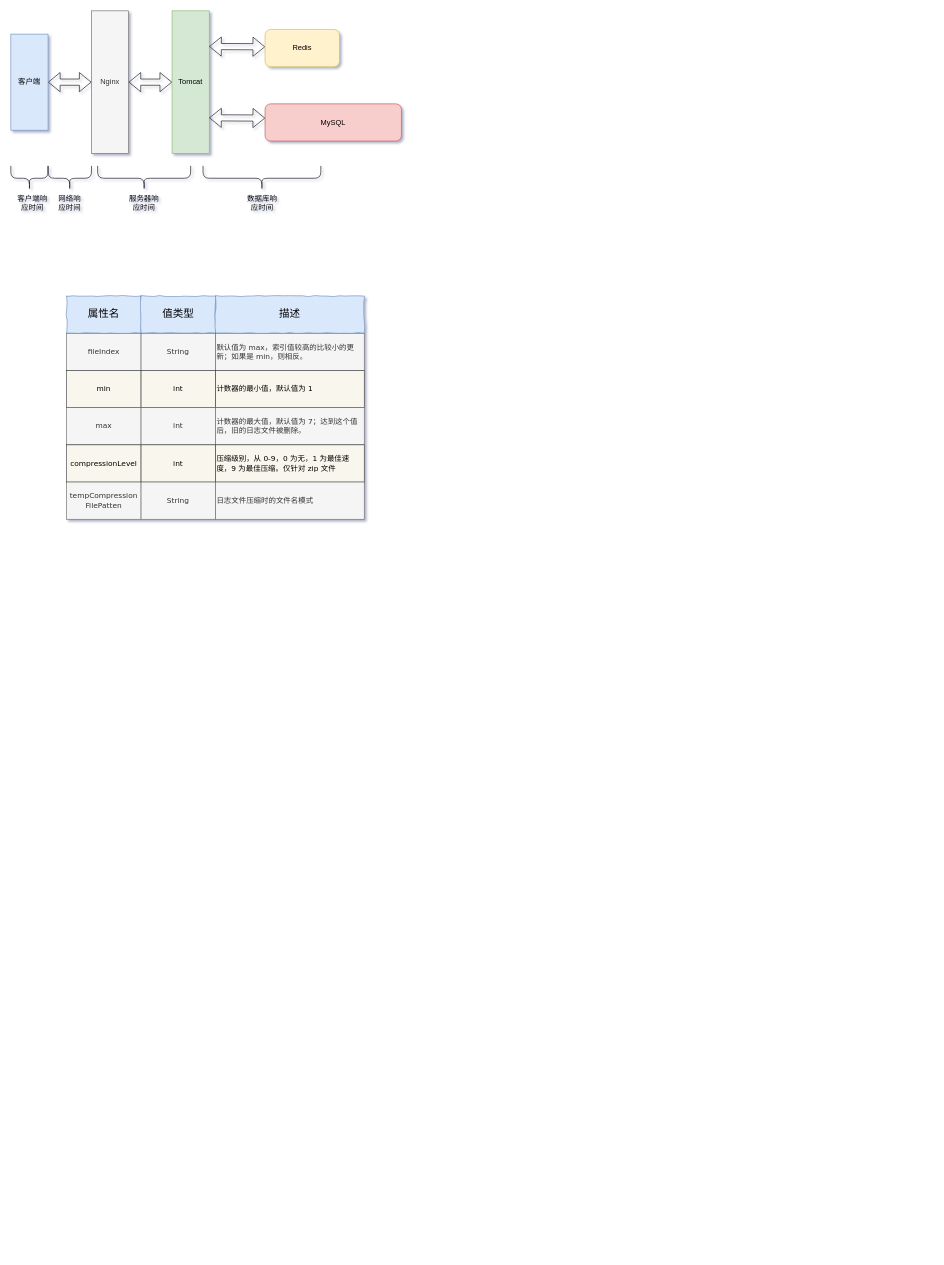
This is page "Page-1" (1 of 2) of diagrams/Untitled Diagram.drawio from zsw11/javaBook, a draw.io file, before an edit. Source tidied: cells renumbered, new cells numbered last; positions are measured from the earlier drawing's top-left corner, leaving out a move shared by most shapes. Both pictures are drawn from the tidied source at 62%, with x=0, y=0 at pixel (11, 11).
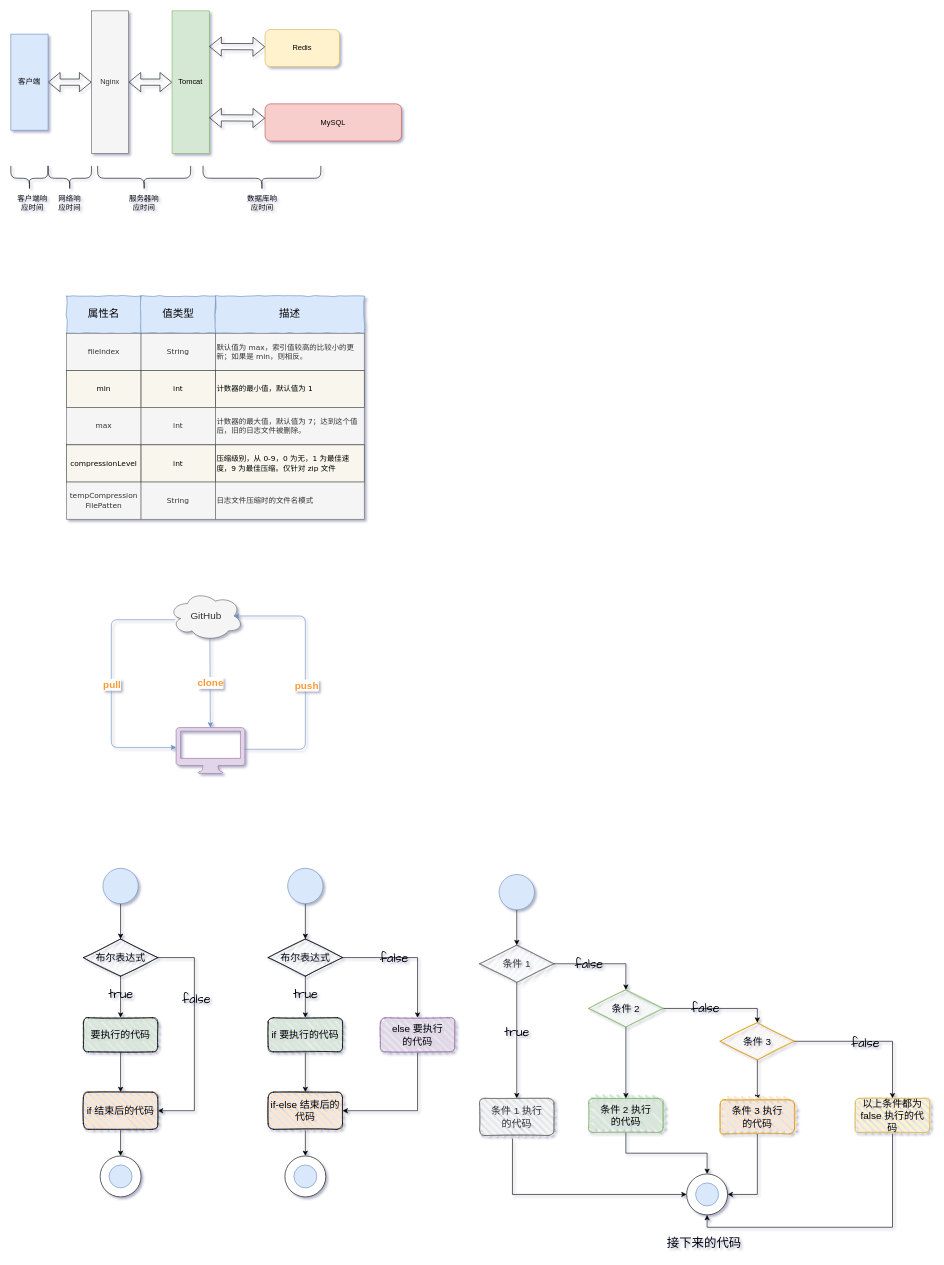
After the change.

Diff of the diagram source:
```diff
@@
+    <mxCell id="37" value="GitHub" style="ellipse;shape=cloud;whiteSpace=wrap;html=1;fillColor=#f5f5f5;strokeColor=#666666;fontColor=#333333;fontSize=16;" parent="1" vertex="1">
+      <mxGeometry x="255" y="936" width="120" height="80" as="geometry" />
+    </mxCell>
+    <mxCell id="38" style="shadow=0;dashed=0;html=1;strokeColor=#9673a6;fillColor=#e1d5e7;labelPosition=center;verticalLabelPosition=bottom;verticalAlign=top;outlineConnect=0;align=center;shape=mxgraph.office.devices.mac_client;fontSize=16;" parent="1" vertex="1">
+      <mxGeometry x="266.5" y="1156" width="111" height="74" as="geometry" />
+    </mxCell>
+    <mxCell id="39" style="endArrow=classic;html=1;exitX=0.55;exitY=0.95;exitDx=0;exitDy=0;exitPerimeter=0;fillColor=#dae8fc;strokeColor=#6c8ebf;fontSize=16;" parent="1" edge="1" source="37" target="38">
+      <mxGeometry relative="1" as="geometry" />
+    </mxCell>
+    <mxCell id="40" value="clone" style="edgeLabel;html=1;align=center;verticalAlign=middle;fontSize=16;fontStyle=1;fontColor=#FF9933;" parent="39" vertex="1">
+      <mxGeometry relative="1" as="geometry" />
+    </mxCell>
+    <mxCell id="41" style="endArrow=classic;html=1;entryX=0.875;entryY=0.5;entryDx=0;entryDy=0;entryPerimeter=0;edgeStyle=orthogonalEdgeStyle;fillColor=#dae8fc;strokeColor=#6c8ebf;fontSize=16;" parent="1" edge="1" target="37">
+      <mxGeometry relative="1" as="geometry">
+        <mxPoint x="376" y="1191" as="sourcePoint" />
+        <Array as="points">
+          <mxPoint x="475" y="1191" />
+          <mxPoint x="475" y="976" />
+        </Array>
+      </mxGeometry>
+    </mxCell>
+    <mxCell id="42" value="push" style="edgeLabel;align=center;verticalAlign=middle;fontSize=16;fontStyle=1;fontColor=#FF9933;html=1;comic=0;" parent="41" vertex="1">
+      <mxGeometry relative="1" as="geometry">
+        <mxPoint x="1" y="12" as="offset" />
+      </mxGeometry>
+    </mxCell>
+    <mxCell id="43" style="endArrow=classic;html=1;exitX=0.083;exitY=0.575;exitDx=0;exitDy=0;exitPerimeter=0;edgeStyle=orthogonalEdgeStyle;fillColor=#dae8fc;strokeColor=#6c8ebf;fontSize=16;" parent="1" edge="1" source="37" target="38">
+      <mxGeometry relative="1" as="geometry">
+        <Array as="points">
+          <mxPoint x="162" y="982" />
+          <mxPoint x="162" y="1188" />
+        </Array>
+      </mxGeometry>
+    </mxCell>
+    <mxCell id="44" value="pull" style="edgeLabel;html=1;align=center;verticalAlign=middle;fontSize=16;fontStyle=1;fontColor=#FF9933;" parent="43" vertex="1">
+      <mxGeometry relative="1" as="geometry" />
+    </mxCell>
+    <mxCell id="45" style="edgeStyle=orthogonalEdgeStyle;rounded=0;jettySize=auto;html=1;exitX=1;exitY=0.5;exitDx=0;exitDy=0;entryX=1;entryY=0.5;entryDx=0;entryDy=0;fontSize=16;fontColor=#000000;" parent="1" edge="1" source="49" target="53">
+      <mxGeometry relative="1" as="geometry">
+        <Array as="points">
+          <mxPoint x="296" y="1527" />
+          <mxPoint x="296" y="1774" />
+        </Array>
+      </mxGeometry>
+    </mxCell>
+    <mxCell id="46" value="false" style="edgeLabel;html=1;align=center;verticalAlign=middle;fontSize=20;fontColor=#000000;labelBackgroundColor=none;fontFamily=Comic Sans MS;" parent="45" vertex="1">
+      <mxGeometry x="-0.19" y="-1" relative="1" as="geometry">
+        <mxPoint x="3" y="-24" as="offset" />
+      </mxGeometry>
+    </mxCell>
+    <mxCell id="47" style="edgeStyle=orthogonalEdgeStyle;rounded=0;jettySize=auto;html=1;exitX=0.5;exitY=1;exitDx=0;exitDy=0;entryX=0.5;entryY=0;entryDx=0;entryDy=0;fontSize=16;fontColor=#000000;" parent="1" edge="1" source="49" target="51">
+      <mxGeometry relative="1" as="geometry" />
+    </mxCell>
+    <mxCell id="48" value="true" style="edgeLabel;html=1;align=center;verticalAlign=middle;fontSize=20;labelBackgroundColor=none;comic=0;fontFamily=Comic Sans MS;" parent="47" vertex="1">
+      <mxGeometry x="-0.16" y="-1" relative="1" as="geometry" />
+    </mxCell>
+    <mxCell id="49" value="布尔表达式" style="rhombus;whiteSpace=wrap;html=1;strokeWidth=1;fillWeight=-1;hachureGap=8;fillStyle=auto;fillColor=#f5f5f5;sketch=1;labelBackgroundColor=none;comic=0;fontSize=16;" parent="1" vertex="1">
+      <mxGeometry x="117" y="1497" width="120" height="60" as="geometry" />
+    </mxCell>
+    <mxCell id="50" style="edgeStyle=orthogonalEdgeStyle;rounded=0;jettySize=auto;html=1;entryX=0.5;entryY=0;entryDx=0;entryDy=0;fontSize=16;fontColor=#000000;" parent="1" edge="1" source="51" target="53">
+      <mxGeometry relative="1" as="geometry" />
+    </mxCell>
+    <mxCell id="51" value="要执行的代码" style="rounded=1;whiteSpace=wrap;html=1;strokeWidth=1;fillWeight=4;hachureGap=8;hachureAngle=45;fillColor=#d5e8d4;sketch=1;labelBackgroundColor=none;comic=0;fontSize=16;" parent="1" vertex="1">
+      <mxGeometry x="117" y="1624" width="120" height="55" as="geometry" />
+    </mxCell>
+    <mxCell id="52" style="edgeStyle=orthogonalEdgeStyle;rounded=0;jettySize=auto;html=1;exitX=0.5;exitY=1;exitDx=0;exitDy=0;entryX=0.5;entryY=0;entryDx=0;entryDy=0;fontSize=16;fontColor=#000000;" parent="1" edge="1" source="53" target="56">
+      <mxGeometry relative="1" as="geometry" />
+    </mxCell>
+    <mxCell id="53" value="if 结束后的代码" style="rounded=1;whiteSpace=wrap;html=1;strokeWidth=1;fillWeight=4;hachureGap=8;hachureAngle=45;fillColor=#ffe6cc;sketch=1;labelBackgroundColor=none;comic=0;fontSize=16;" parent="1" vertex="1">
+      <mxGeometry x="117" y="1744" width="120" height="60" as="geometry" />
+    </mxCell>
+    <mxCell id="54" style="edgeStyle=orthogonalEdgeStyle;rounded=0;jettySize=auto;html=1;entryX=0.5;entryY=0;entryDx=0;entryDy=0;fontSize=16;fontColor=#000000;" parent="1" edge="1" source="55" target="49">
+      <mxGeometry relative="1" as="geometry" />
+    </mxCell>
+    <mxCell id="55" style="ellipse;whiteSpace=wrap;html=1;labelBackgroundColor=#FFF2CC;comic=0;fontSize=16;fillColor=#dae8fc;strokeColor=#6c8ebf;" parent="1" vertex="1">
+      <mxGeometry x="148.5" y="1383" width="57" height="57" as="geometry" />
+    </mxCell>
+    <mxCell id="56" style="ellipse;whiteSpace=wrap;html=1;labelBackgroundColor=#FFF2CC;comic=0;fontSize=16;fontColor=#FF9933;" parent="1" vertex="1">
+      <mxGeometry x="144" y="1847" width="66" height="66" as="geometry" />
+    </mxCell>
+    <mxCell id="57" style="ellipse;whiteSpace=wrap;html=1;labelBackgroundColor=#FFF2CC;comic=0;fontSize=16;fillColor=#dae8fc;strokeColor=#6c8ebf;" parent="1" vertex="1">
+      <mxGeometry x="158.5" y="1861.5" width="37" height="37" as="geometry" />
+    </mxCell>
+    <mxCell id="58" style="edgeStyle=orthogonalEdgeStyle;rounded=0;jettySize=auto;html=1;exitX=0.5;exitY=1;exitDx=0;exitDy=0;entryX=0.5;entryY=0;entryDx=0;entryDy=0;fontSize=16;fontColor=#000000;" parent="1" edge="1" source="62" target="64">
+      <mxGeometry relative="1" as="geometry" />
+    </mxCell>
+    <mxCell id="59" value="true" style="edgeLabel;html=1;align=center;verticalAlign=middle;fontSize=20;labelBackgroundColor=none;comic=0;fontFamily=Comic Sans MS;" parent="58" vertex="1">
+      <mxGeometry x="-0.16" y="-1" relative="1" as="geometry" />
+    </mxCell>
+    <mxCell id="60" style="edgeStyle=orthogonalEdgeStyle;rounded=0;jettySize=auto;html=1;entryX=0.5;entryY=0;entryDx=0;entryDy=0;fontFamily=Comic Sans MS;fontSize=20;fontColor=#000000;" parent="1" edge="1" source="62" target="72">
+      <mxGeometry relative="1" as="geometry">
+        <Array as="points">
+          <mxPoint x="656" y="1527" />
+        </Array>
+      </mxGeometry>
+    </mxCell>
+    <mxCell id="61" value="false" style="edgeLabel;html=1;align=center;verticalAlign=middle;fontSize=20;fontFamily=Comic Sans MS;fontColor=#000000;labelBackgroundColor=none;" parent="60" vertex="1">
+      <mxGeometry x="-0.25" relative="1" as="geometry" />
+    </mxCell>
+    <mxCell id="62" value="布尔表达式" style="rhombus;whiteSpace=wrap;html=1;strokeWidth=1;fillWeight=-1;hachureGap=8;fillStyle=auto;fillColor=#f5f5f5;sketch=1;labelBackgroundColor=none;comic=0;fontSize=16;" parent="1" vertex="1">
+      <mxGeometry x="415" y="1497" width="120" height="60" as="geometry" />
+    </mxCell>
+    <mxCell id="63" style="edgeStyle=orthogonalEdgeStyle;rounded=0;jettySize=auto;html=1;entryX=0.5;entryY=0;entryDx=0;entryDy=0;fontSize=16;fontColor=#000000;" parent="1" edge="1" source="64" target="66">
+      <mxGeometry relative="1" as="geometry" />
+    </mxCell>
+    <mxCell id="64" value="if 要执行的代码" style="rounded=1;whiteSpace=wrap;html=1;strokeWidth=1;fillWeight=4;hachureGap=8;hachureAngle=45;fillColor=#d5e8d4;sketch=1;labelBackgroundColor=none;comic=0;fontSize=16;" parent="1" vertex="1">
+      <mxGeometry x="415" y="1624" width="120" height="55" as="geometry" />
+    </mxCell>
+    <mxCell id="65" style="edgeStyle=orthogonalEdgeStyle;rounded=0;jettySize=auto;html=1;exitX=0.5;exitY=1;exitDx=0;exitDy=0;entryX=0.5;entryY=0;entryDx=0;entryDy=0;fontSize=16;fontColor=#000000;" parent="1" edge="1" source="66" target="69">
+      <mxGeometry relative="1" as="geometry" />
+    </mxCell>
+    <mxCell id="66" value="if-else 结束后的代码" style="rounded=1;whiteSpace=wrap;html=1;strokeWidth=1;fillWeight=4;hachureGap=8;hachureAngle=45;fillColor=#ffe6cc;sketch=1;labelBackgroundColor=none;comic=0;fontSize=16;" parent="1" vertex="1">
+      <mxGeometry x="415" y="1744" width="120" height="60" as="geometry" />
+    </mxCell>
+    <mxCell id="67" style="edgeStyle=orthogonalEdgeStyle;rounded=0;jettySize=auto;html=1;entryX=0.5;entryY=0;entryDx=0;entryDy=0;fontSize=16;fontColor=#000000;" parent="1" edge="1" source="68" target="62">
+      <mxGeometry relative="1" as="geometry" />
+    </mxCell>
+    <mxCell id="68" style="ellipse;whiteSpace=wrap;html=1;labelBackgroundColor=#FFF2CC;comic=0;fontSize=16;fillColor=#dae8fc;strokeColor=#6c8ebf;" parent="1" vertex="1">
+      <mxGeometry x="446.5" y="1383" width="57" height="57" as="geometry" />
+    </mxCell>
+    <mxCell id="69" style="ellipse;whiteSpace=wrap;html=1;labelBackgroundColor=#FFF2CC;comic=0;fontSize=16;fontColor=#FF9933;" parent="1" vertex="1">
+      <mxGeometry x="442" y="1847" width="66" height="66" as="geometry" />
+    </mxCell>
+    <mxCell id="70" style="ellipse;whiteSpace=wrap;html=1;labelBackgroundColor=#FFF2CC;comic=0;fontSize=16;fillColor=#dae8fc;strokeColor=#6c8ebf;" parent="1" vertex="1">
+      <mxGeometry x="456.5" y="1861.5" width="37" height="37" as="geometry" />
+    </mxCell>
+    <mxCell id="71" style="edgeStyle=orthogonalEdgeStyle;rounded=0;jettySize=auto;html=1;entryX=1;entryY=0.5;entryDx=0;entryDy=0;fontFamily=Comic Sans MS;fontSize=20;fontColor=#000000;" parent="1" edge="1" source="72" target="66">
+      <mxGeometry relative="1" as="geometry">
+        <Array as="points">
+          <mxPoint x="656" y="1774" />
+        </Array>
+      </mxGeometry>
+    </mxCell>
+    <mxCell id="72" value="else 要执行&lt;br&gt;的代码" style="rounded=1;whiteSpace=wrap;html=1;strokeWidth=1;fillWeight=4;hachureGap=8;hachureAngle=45;fillColor=#e1d5e7;sketch=1;labelBackgroundColor=none;comic=0;fontSize=16;strokeColor=#9673a6;" parent="1" vertex="1">
+      <mxGeometry x="596" y="1624" width="120" height="55" as="geometry" />
+    </mxCell>
+    <mxCell id="73" style="edgeStyle=orthogonalEdgeStyle;rounded=0;jettySize=auto;html=1;exitX=0.5;exitY=1;exitDx=0;exitDy=0;fontSize=16;fontColor=#000000;" parent="1" edge="1" source="77" target="79">
+      <mxGeometry relative="1" as="geometry" />
+    </mxCell>
+    <mxCell id="74" value="true" style="edgeLabel;html=1;align=center;verticalAlign=middle;fontSize=20;labelBackgroundColor=none;comic=0;fontFamily=Comic Sans MS;" parent="73" vertex="1">
+      <mxGeometry x="-0.16" y="-1" relative="1" as="geometry" />
+    </mxCell>
+    <mxCell id="75" style="edgeStyle=orthogonalEdgeStyle;rounded=0;jettySize=auto;html=1;entryX=0.5;entryY=0;entryDx=0;entryDy=0;fontFamily=Comic Sans MS;fontSize=20;fontColor=#000000;" parent="1" edge="1" source="77" target="89">
+      <mxGeometry relative="1" as="geometry" />
+    </mxCell>
+    <mxCell id="76" value="false" style="edgeLabel;html=1;align=center;verticalAlign=middle;fontSize=20;fontFamily=Comic Sans MS;fontColor=#000000;labelBackgroundColor=none;" parent="75" vertex="1">
+      <mxGeometry x="-0.3" relative="1" as="geometry" />
+    </mxCell>
+    <mxCell id="77" value="条件 1" style="rhombus;whiteSpace=wrap;html=1;strokeWidth=1;fillWeight=-1;hachureGap=8;fillStyle=auto;fillColor=#f5f5f5;sketch=1;labelBackgroundColor=none;comic=0;fontSize=16;strokeColor=#666666;fontColor=#333333;" parent="1" vertex="1">
+      <mxGeometry x="756" y="1507" width="120" height="60" as="geometry" />
+    </mxCell>
+    <mxCell id="78" style="edgeStyle=orthogonalEdgeStyle;rounded=0;jettySize=auto;html=1;entryX=0;entryY=0.5;entryDx=0;entryDy=0;fontFamily=Comic Sans MS;fontSize=20;fontColor=#000000;exitX=0.442;exitY=1.083;exitDx=0;exitDy=0;exitPerimeter=0;" parent="1" edge="1" source="79" target="82">
+      <mxGeometry relative="1" as="geometry">
+        <Array as="points">
+          <mxPoint x="809" y="1909" />
+        </Array>
+      </mxGeometry>
+    </mxCell>
+    <mxCell id="79" value="条件 1 执行&lt;br&gt;的代码" style="rounded=1;whiteSpace=wrap;html=1;strokeWidth=1;fillWeight=4;hachureGap=8;hachureAngle=45;fillColor=#f5f5f5;sketch=1;labelBackgroundColor=none;comic=0;fontSize=16;strokeColor=#666666;fontColor=#333333;" parent="1" vertex="1">
+      <mxGeometry x="756" y="1754" width="120" height="60" as="geometry" />
+    </mxCell>
+    <mxCell id="80" style="edgeStyle=orthogonalEdgeStyle;rounded=0;jettySize=auto;html=1;entryX=0.5;entryY=0;entryDx=0;entryDy=0;fontSize=16;fontColor=#000000;" parent="1" edge="1" source="81" target="77">
+      <mxGeometry relative="1" as="geometry" />
+    </mxCell>
+    <mxCell id="81" style="ellipse;whiteSpace=wrap;html=1;labelBackgroundColor=#FFF2CC;comic=0;fontSize=16;fillColor=#dae8fc;strokeColor=#6c8ebf;" parent="1" vertex="1">
+      <mxGeometry x="787.5" y="1393" width="57" height="57" as="geometry" />
+    </mxCell>
+    <mxCell id="82" style="ellipse;whiteSpace=wrap;html=1;labelBackgroundColor=#FFF2CC;comic=0;fontSize=16;fontColor=#FF9933;" parent="1" vertex="1">
+      <mxGeometry x="1090" y="1876" width="66" height="66" as="geometry" />
+    </mxCell>
+    <mxCell id="83" style="ellipse;whiteSpace=wrap;html=1;labelBackgroundColor=#FFF2CC;comic=0;fontSize=16;fillColor=#dae8fc;strokeColor=#6c8ebf;" parent="1" vertex="1">
+      <mxGeometry x="1104.5" y="1890.5" width="37" height="37" as="geometry" />
+    </mxCell>
+    <mxCell id="84" style="edgeStyle=orthogonalEdgeStyle;rounded=0;jettySize=auto;html=1;entryX=0.5;entryY=0;entryDx=0;entryDy=0;fontFamily=Comic Sans MS;fontSize=20;fontColor=#000000;exitX=0.5;exitY=1;exitDx=0;exitDy=0;" parent="1" edge="1" source="85" target="82">
+      <mxGeometry relative="1" as="geometry" />
+    </mxCell>
+    <mxCell id="85" value="条件 2 执行&lt;br&gt;的代码" style="rounded=1;whiteSpace=wrap;html=1;strokeWidth=1;fillWeight=4;hachureGap=8;hachureAngle=45;fillColor=#d5e8d4;sketch=1;labelBackgroundColor=none;comic=0;fontSize=16;strokeColor=#82b366;" parent="1" vertex="1">
+      <mxGeometry x="932" y="1754" width="120" height="55" as="geometry" />
+    </mxCell>
+    <mxCell id="86" style="edgeStyle=orthogonalEdgeStyle;rounded=0;jettySize=auto;html=1;entryX=0.5;entryY=0;entryDx=0;entryDy=0;fontFamily=Comic Sans MS;fontSize=20;fontColor=#000000;" parent="1" edge="1" source="89" target="93">
+      <mxGeometry relative="1" as="geometry" />
+    </mxCell>
+    <mxCell id="87" value="false" style="edgeLabel;html=1;align=center;verticalAlign=middle;fontSize=20;fontFamily=Comic Sans MS;fontColor=#000000;labelBackgroundColor=none;" parent="86" vertex="1">
+      <mxGeometry x="-0.23" y="2" relative="1" as="geometry" />
+    </mxCell>
+    <mxCell id="88" style="edgeStyle=orthogonalEdgeStyle;rounded=0;jettySize=auto;html=1;entryX=0.5;entryY=0;entryDx=0;entryDy=0;fontFamily=Comic Sans MS;fontSize=20;fontColor=#000000;" parent="1" edge="1" source="89" target="85">
+      <mxGeometry relative="1" as="geometry" />
+    </mxCell>
+    <mxCell id="89" value="条件 2" style="rhombus;whiteSpace=wrap;html=1;strokeWidth=1;fillWeight=-1;hachureGap=8;fillStyle=auto;fillColor=#d5e8d4;sketch=1;labelBackgroundColor=none;comic=0;fontSize=16;strokeColor=#82b366;" parent="1" vertex="1">
+      <mxGeometry x="932" y="1579" width="120" height="60" as="geometry" />
+    </mxCell>
+    <mxCell id="90" style="edgeStyle=orthogonalEdgeStyle;rounded=0;jettySize=auto;html=1;fontFamily=Comic Sans MS;fontSize=20;fontColor=#000000;" parent="1" edge="1" source="93" target="97">
+      <mxGeometry relative="1" as="geometry" />
+    </mxCell>
+    <mxCell id="91" value="false" style="edgeLabel;html=1;align=center;verticalAlign=middle;fontSize=20;fontFamily=Comic Sans MS;fontColor=#000000;labelBackgroundColor=none;" parent="90" vertex="1">
+      <mxGeometry x="-0.1" y="-1" relative="1" as="geometry" />
+    </mxCell>
+    <mxCell id="92" style="edgeStyle=orthogonalEdgeStyle;rounded=0;jettySize=auto;html=1;entryX=0.5;entryY=0;entryDx=0;entryDy=0;fontFamily=Comic Sans MS;fontSize=20;fontColor=#000000;" parent="1" edge="1" source="93" target="95">
+      <mxGeometry relative="1" as="geometry" />
+    </mxCell>
+    <mxCell id="93" value="条件 3" style="rhombus;whiteSpace=wrap;html=1;strokeWidth=1;fillWeight=-1;hachureGap=8;fillStyle=auto;fillColor=#ffe6cc;sketch=1;labelBackgroundColor=none;comic=0;fontSize=16;strokeColor=#d79b00;" parent="1" vertex="1">
+      <mxGeometry x="1144" y="1632" width="120" height="60" as="geometry" />
+    </mxCell>
+    <mxCell id="94" style="edgeStyle=orthogonalEdgeStyle;rounded=0;jettySize=auto;html=1;entryX=1;entryY=0.5;entryDx=0;entryDy=0;fontFamily=Comic Sans MS;fontSize=20;fontColor=#000000;" parent="1" edge="1" source="95" target="82">
+      <mxGeometry relative="1" as="geometry" />
+    </mxCell>
+    <mxCell id="95" value="条件 3 执行&lt;br&gt;的代码" style="rounded=1;whiteSpace=wrap;html=1;strokeWidth=1;fillWeight=4;hachureGap=8;hachureAngle=45;fillColor=#ffe6cc;sketch=1;labelBackgroundColor=none;comic=0;fontSize=16;strokeColor=#d79b00;" parent="1" vertex="1">
+      <mxGeometry x="1144" y="1756.5" width="120" height="55" as="geometry" />
+    </mxCell>
+    <mxCell id="96" style="edgeStyle=orthogonalEdgeStyle;rounded=0;jettySize=auto;html=1;entryX=0.5;entryY=1;entryDx=0;entryDy=0;fontFamily=Comic Sans MS;fontSize=20;fontColor=#000000;" parent="1" edge="1" source="97" target="82">
+      <mxGeometry relative="1" as="geometry">
+        <Array as="points">
+          <mxPoint x="1422" y="1962" />
+          <mxPoint x="1123" y="1962" />
+        </Array>
+      </mxGeometry>
+    </mxCell>
+    <mxCell id="97" value="以上条件都为 false 执行的代码" style="rounded=1;whiteSpace=wrap;html=1;strokeWidth=1;fillWeight=4;hachureGap=8;hachureAngle=45;fillColor=#fff2cc;sketch=1;labelBackgroundColor=none;comic=0;fontSize=16;strokeColor=#d6b656;" parent="1" vertex="1">
+      <mxGeometry x="1362" y="1754" width="120" height="55" as="geometry" />
+    </mxCell>
+    <mxCell id="98" value="接下来的代码" style="text;html=1;strokeColor=none;fillColor=none;align=center;verticalAlign=middle;whiteSpace=wrap;rounded=0;labelBackgroundColor=none;comic=0;fontFamily=Comic Sans MS;fontSize=20;fontColor=#000000;" parent="1" vertex="1">
+      <mxGeometry x="1043" y="1978" width="151" height="20" as="geometry" />
+    </mxCell>
```
